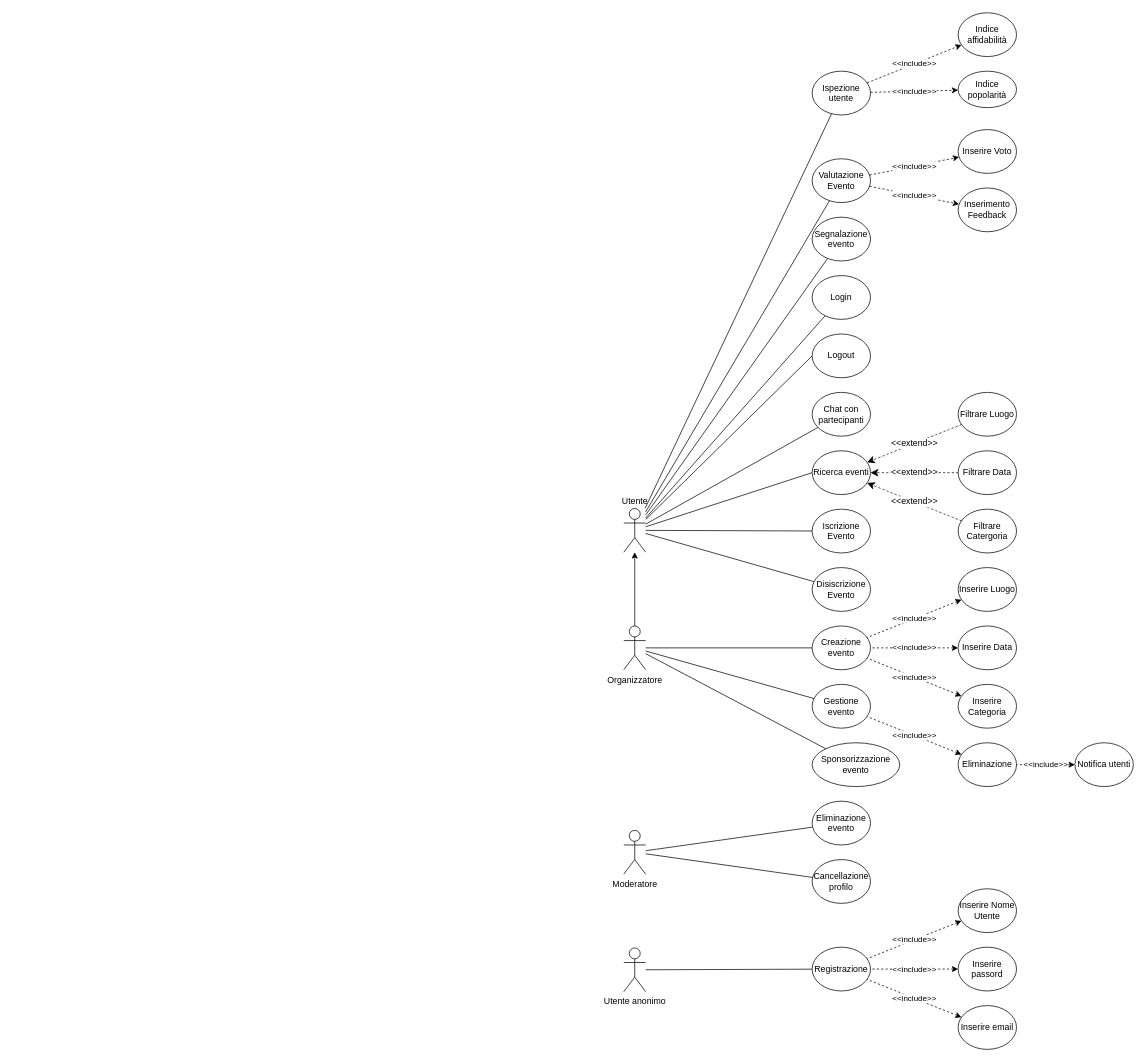
The draw.io diagram docs/use_case.drawio in SamueleFacenda/activitn, before the edit. Source tidied: cells renumbered, new cells numbered last; positions are measured from the earlier drawing's top-left corner, leaving out a move shared by most shapes. Both pictures are drawn from the tidied source at 73%, with x=0, y=0 at pixel (623, 12).
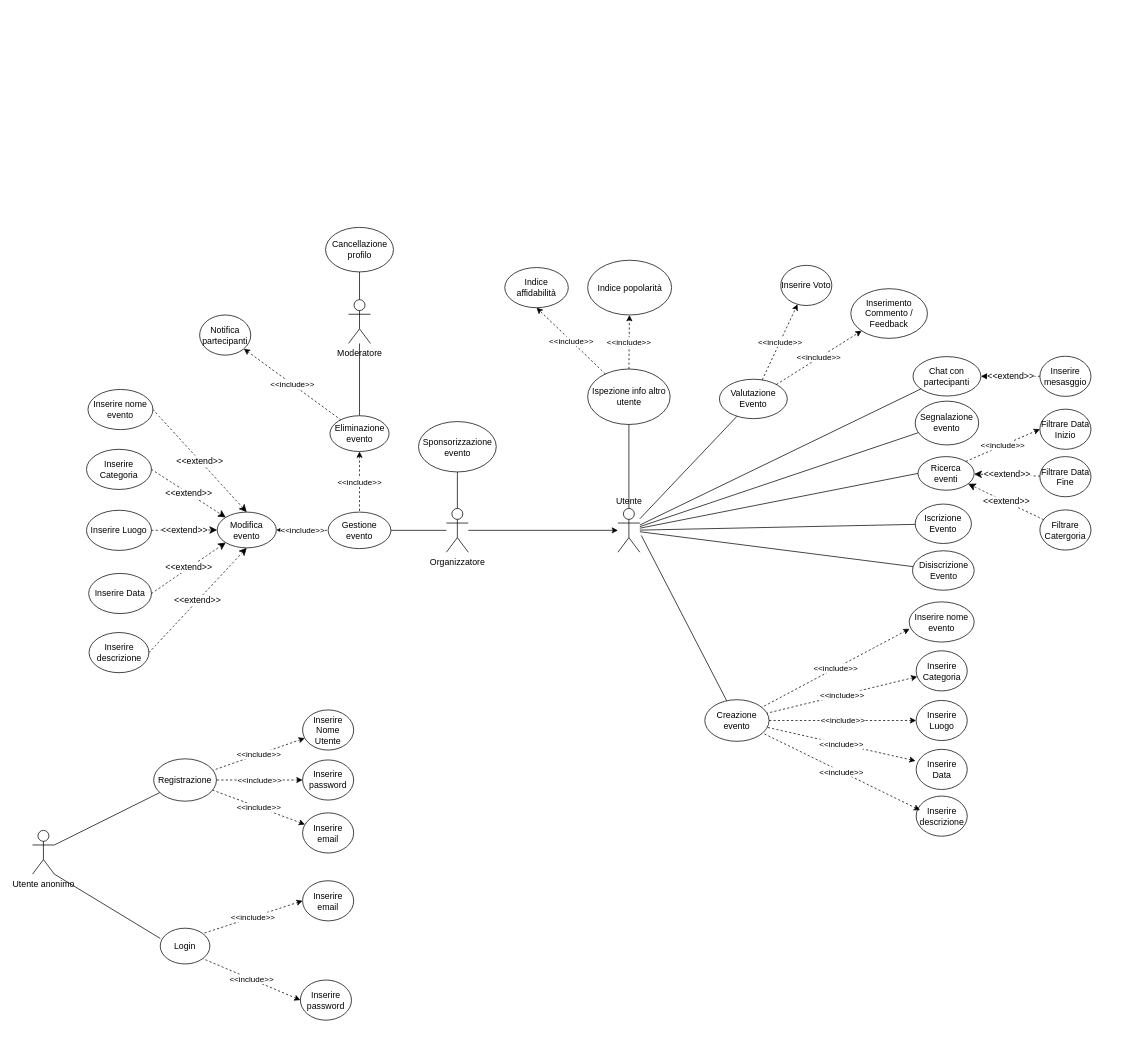
Above is the later version.

Commit message:
feat: update the use_case diagram

The edit, as a diff of the source:
```diff
@@
-    <mxCell id="4" style="rounded=0;jettySize=auto;html=1;endArrow=none;endFill=0;" parent="1" edge="1" source="9" target="22">
-      <mxGeometry relative="1" as="geometry" />
-    </mxCell>
@@
     <mxCell id="9" value="Utente" style="shape=umlActor;verticalLabelPosition=top;verticalAlign=bottom;html=1;outlineConnect=0;labelPosition=center;align=center;" parent="1" vertex="1">
-      <mxGeometry y="679" width="30" height="60" as="geometry" />
+      <mxGeometry x="-8" y="679" width="30" height="60" as="geometry" />
     </mxCell>
@@
-    <mxCell id="11" style="rounded=0;jettySize=auto;html=1;endArrow=none;endFill=0;" parent="1" edge="1" source="14" target="18">
-      <mxGeometry relative="1" as="geometry" />
+    <mxCell id="11" style="rounded=0;jettySize=auto;html=1;endArrow=none;endFill=0;" parent="1" edge="1" target="18">
+      <mxGeometry relative="1" as="geometry">
+        <mxPoint x="24" y="716" as="sourcePoint" />
+      </mxGeometry>
     </mxCell>
@@
     <mxCell id="14" value="Organizzatore" style="shape=umlActor;verticalLabelPosition=bottom;verticalAlign=top;html=1;outlineConnect=0;" parent="1" vertex="1">
-      <mxGeometry y="840" width="30" height="60" as="geometry" />
+      <mxGeometry x="-243" y="679" width="30" height="60" as="geometry" />
     </mxCell>
-    <mxCell id="15" style="rounded=0;jettySize=auto;html=1;endArrow=none;endFill=0;" parent="1" edge="1" source="17" target="26">
+    <mxCell id="15" style="rounded=0;jettySize=auto;html=1;endArrow=none;endFill=0;entryX=0.5;entryY=0;entryDx=0;entryDy=0;" parent="1" edge="1" source="17" target="34">
       <mxGeometry relative="1" as="geometry" />
     </mxCell>
@@
     <mxCell id="17" value="Moderatore" style="shape=umlActor;verticalLabelPosition=bottom;verticalAlign=top;html=1;outlineConnect=0;" parent="1" vertex="1">
-      <mxGeometry y="1120" width="30" height="60" as="geometry" />
+      <mxGeometry x="-377" y="393" width="30" height="60" as="geometry" />
     </mxCell>
     <mxCell id="18" value="Creazione evento" style="ellipse;whiteSpace=wrap;html=1;" parent="1" vertex="1">
-      <mxGeometry x="258" y="840" width="80" height="60" as="geometry" />
+      <mxGeometry x="111" y="941" width="88" height="57" as="geometry" />
     </mxCell>
     <mxCell id="19" value="Sponsorizzazione evento" style="ellipse;whiteSpace=wrap;html=1;" parent="1" vertex="1">
-      <mxGeometry x="258" y="1000" width="120" height="60" as="geometry" />
+      <mxGeometry x="-281.2" y="560" width="106.5" height="69" as="geometry" />
     </mxCell>
-    <mxCell id="20" value="&amp;lt;&amp;lt;extend&amp;gt;&amp;gt;" style="edgeStyle=none;curved=1;rounded=0;jettySize=auto;html=1;fontSize=12;startSize=8;endSize=8;dashed=1;" parent="1" edge="1" source="29" target="21">
-      <mxGeometry relative="1" as="geometry" />
-    </mxCell>
     <mxCell id="21" value="Ricerca eventi" style="ellipse;whiteSpace=wrap;html=1;" parent="1" vertex="1">
-      <mxGeometry x="258" y="600" width="80" height="60" as="geometry" />
+      <mxGeometry x="403" y="608" width="77" height="46" as="geometry" />
     </mxCell>
     <mxCell id="22" value="Login" style="ellipse;whiteSpace=wrap;html=1;" parent="1" vertex="1">
-      <mxGeometry x="258" y="360" width="80" height="60" as="geometry" />
+      <mxGeometry x="-635" y="1254" width="68" height="49" as="geometry" />
     </mxCell>
     <mxCell id="23" value="Iscrizione Evento" style="ellipse;whiteSpace=wrap;html=1;" parent="1" vertex="1">
-      <mxGeometry x="258" y="680" width="80" height="60" as="geometry" />
+      <mxGeometry x="399.2" y="673" width="77" height="54" as="geometry" />
     </mxCell>
     <mxCell id="24" value="Disiscrizione Evento" style="ellipse;whiteSpace=wrap;html=1;" parent="1" vertex="1">
-      <mxGeometry x="258" y="760" width="80" height="60" as="geometry" />
+      <mxGeometry x="395.5" y="737" width="84.5" height="54" as="geometry" />
     </mxCell>
     <mxCell id="25" value="Cancellazione profilo" style="ellipse;whiteSpace=wrap;html=1;" parent="1" vertex="1">
-      <mxGeometry x="258" y="1160" width="80" height="60" as="geometry" />
+      <mxGeometry x="-408.5" y="294" width="93" height="61" as="geometry" />
     </mxCell>
-    <mxCell id="26" value="Eliminazione evento" style="ellipse;whiteSpace=wrap;html=1;" parent="1" vertex="1">
-      <mxGeometry x="258" y="1080" width="80" height="60" as="geometry" />
-    </mxCell>
     <mxCell id="27" value="Filtrare Catergoria" style="ellipse;whiteSpace=wrap;html=1;" parent="1" vertex="1">
-      <mxGeometry x="458" y="680" width="80" height="60" as="geometry" />
+      <mxGeometry x="570" y="681" width="70" height="55" as="geometry" />
     </mxCell>
-    <mxCell id="28" value="Filtrare Data" style="ellipse;whiteSpace=wrap;html=1;" parent="1" vertex="1">
-      <mxGeometry x="458" y="600" width="80" height="60" as="geometry" />
+    <mxCell id="28" value="Filtrare Data Fine" style="ellipse;whiteSpace=wrap;html=1;" parent="1" vertex="1">
+      <mxGeometry x="570" y="608" width="70" height="55" as="geometry" />
     </mxCell>
-    <mxCell id="29" value="&lt;div&gt;Filtrare Luogo&lt;/div&gt;" style="ellipse;whiteSpace=wrap;html=1;" parent="1" vertex="1">
-      <mxGeometry x="458" y="520" width="80" height="60" as="geometry" />
+    <mxCell id="29" value="&lt;div&gt;Filtrare Data Inizio&lt;/div&gt;" style="ellipse;whiteSpace=wrap;html=1;" parent="1" vertex="1">
+      <mxGeometry x="570" y="543" width="70" height="55" as="geometry" />
     </mxCell>
     <mxCell id="30" value="Segnalazione evento" style="ellipse;whiteSpace=wrap;html=1;" parent="1" vertex="1">
-      <mxGeometry x="258" y="280" width="80" height="60" as="geometry" />
+      <mxGeometry x="399.2" y="532" width="87" height="60" as="geometry" />
     </mxCell>
@@
     <mxCell id="33" value="Gestione evento" style="ellipse;whiteSpace=wrap;html=1;" parent="1" vertex="1">
-      <mxGeometry x="258" y="920" width="80" height="60" as="geometry" />
+      <mxGeometry x="-405" y="684" width="86" height="50" as="geometry" />
     </mxCell>
-    <mxCell id="34" value="Eliminazione" style="ellipse;whiteSpace=wrap;html=1;" parent="1" vertex="1">
-      <mxGeometry x="458" y="1000" width="80" height="60" as="geometry" />
+    <mxCell id="34" value="Eliminazione evento" style="ellipse;whiteSpace=wrap;html=1;" parent="1" vertex="1">
+      <mxGeometry x="-402.5" y="552" width="81" height="49" as="geometry" />
     </mxCell>
@@
     <mxCell id="36" value="Chat con partecipanti" style="ellipse;whiteSpace=wrap;html=1;" parent="1" vertex="1">
-      <mxGeometry x="258" y="520" width="80" height="60" as="geometry" />
+      <mxGeometry x="396.2" y="471" width="93" height="54" as="geometry" />
     </mxCell>
     <mxCell id="37" value="Valutazione Evento" style="ellipse;whiteSpace=wrap;html=1;" parent="1" vertex="1">
-      <mxGeometry x="258" y="200" width="80" height="60" as="geometry" />
+      <mxGeometry x="131" y="502" width="93" height="54" as="geometry" />
     </mxCell>
     <mxCell id="38" value="Inserire Categoria" style="ellipse;whiteSpace=wrap;html=1;" parent="1" vertex="1">
-      <mxGeometry x="458" y="920" width="80" height="60" as="geometry" />
+      <mxGeometry x="400.5" y="874" width="70" height="55" as="geometry" />
     </mxCell>
     <mxCell id="39" value="Inserire Luogo" style="ellipse;whiteSpace=wrap;html=1;" parent="1" vertex="1">
-      <mxGeometry x="458" y="760" width="80" height="60" as="geometry" />
+      <mxGeometry x="400.5" y="942" width="70" height="55" as="geometry" />
     </mxCell>
     <mxCell id="40" value="Inserire Data" style="ellipse;whiteSpace=wrap;html=1;" parent="1" vertex="1">
-      <mxGeometry x="458" y="840" width="80" height="60" as="geometry" />
+      <mxGeometry x="400.5" y="1009" width="70" height="55" as="geometry" />
     </mxCell>
@@
     <mxCell id="42" value="&lt;div&gt;Inserire Voto&lt;/div&gt;" style="ellipse;whiteSpace=wrap;html=1;" parent="1" vertex="1">
-      <mxGeometry x="458" y="160" width="80" height="60" as="geometry" />
+      <mxGeometry x="215" y="346" width="70" height="55" as="geometry" />
     </mxCell>
-    <mxCell id="43" style="rounded=0;jettySize=auto;html=1;endArrow=none;endFill=0;" parent="1" edge="1" source="44" target="45">
+    <mxCell id="43" style="rounded=0;jettySize=auto;html=1;endArrow=none;endFill=0;exitX=1;exitY=0.3333333333333333;exitDx=0;exitDy=0;exitPerimeter=0;" parent="1" edge="1" source="44" target="45">
       <mxGeometry relative="1" as="geometry" />
     </mxCell>
     <mxCell id="44" value="Utente anonimo" style="shape=umlActor;verticalLabelPosition=bottom;verticalAlign=top;html=1;outlineConnect=0;" parent="1" vertex="1">
-      <mxGeometry y="1281" width="30" height="60" as="geometry" />
+      <mxGeometry x="-810" y="1120" width="30" height="60" as="geometry" />
     </mxCell>
     <mxCell id="45" value="Registrazione" style="ellipse;whiteSpace=wrap;html=1;" parent="1" vertex="1">
-      <mxGeometry x="258" y="1280" width="80" height="60" as="geometry" />
+      <mxGeometry x="-644" y="1022" width="86" height="58" as="geometry" />
     </mxCell>
-    <mxCell id="46" value="Ispezione utente" style="ellipse;whiteSpace=wrap;html=1;" parent="1" vertex="1">
-      <mxGeometry x="258" y="80" width="80" height="60" as="geometry" />
+    <mxCell id="46" value="Ispezione info altro utente" style="ellipse;whiteSpace=wrap;html=1;" parent="1" vertex="1">
+      <mxGeometry x="-49.5" y="488" width="113" height="76" as="geometry" />
     </mxCell>
     <mxCell id="47" value="Indice affidabilità" style="ellipse;whiteSpace=wrap;html=1;" parent="1" vertex="1">
-      <mxGeometry x="458" width="80" height="60" as="geometry" />
+      <mxGeometry x="-163" y="349" width="87" height="55" as="geometry" />
     </mxCell>
     <mxCell id="48" value="Indice popolarità" style="ellipse;whiteSpace=wrap;html=1;" parent="1" vertex="1">
-      <mxGeometry x="458" y="80" width="80" height="50" as="geometry" />
+      <mxGeometry x="-49.5" y="339" width="115" height="75" as="geometry" />
     </mxCell>
@@
-    <mxCell id="50" value="&amp;lt;&amp;lt;include&amp;gt;&amp;gt;" style="rounded=0;jettySize=auto;html=1;endArrow=classic;endFill=1;dashed=1;" parent="1" edge="1" source="46" target="47">
+    <mxCell id="50" value="&amp;lt;&amp;lt;include&amp;gt;&amp;gt;" style="rounded=0;jettySize=auto;html=1;endArrow=classic;endFill=1;dashed=1;entryX=0.5;entryY=1;entryDx=0;entryDy=0;" parent="1" edge="1" source="46" target="47">
       <mxGeometry relative="1" as="geometry" />
     </mxCell>
@@
-    <mxCell id="52" value="Inserimento Feedback" style="ellipse;whiteSpace=wrap;html=1;" parent="1" vertex="1">
-      <mxGeometry x="458" y="240" width="80" height="60" as="geometry" />
+    <mxCell id="52" value="Inserimento Commento / Feedback" style="ellipse;whiteSpace=wrap;html=1;" parent="1" vertex="1">
+      <mxGeometry x="311" y="378" width="105" height="68" as="geometry" />
     </mxCell>
-    <mxCell id="53" value="&amp;lt;&amp;lt;include&amp;gt;&amp;gt;" style="rounded=0;jettySize=auto;html=1;startArrow=classic;startFill=1;endArrow=none;endFill=0;dashed=1;" parent="1" edge="1" source="40" target="18">
+    <mxCell id="53" value="&amp;lt;&amp;lt;include&amp;gt;&amp;gt;" style="rounded=0;jettySize=auto;html=1;startArrow=classic;startFill=1;endArrow=none;endFill=0;dashed=1;exitX=-0.013;exitY=0.287;exitDx=0;exitDy=0;exitPerimeter=0;" parent="1" edge="1" source="40" target="18">
       <mxGeometry relative="1" as="geometry" />
     </mxCell>
@@
     <mxCell id="57" value="&lt;div&gt;Inserire Nome Utente&lt;/div&gt;" style="ellipse;whiteSpace=wrap;html=1;" parent="1" vertex="1">
-      <mxGeometry x="458" y="1200" width="80" height="60" as="geometry" />
+      <mxGeometry x="-440" y="955" width="70" height="55" as="geometry" />
     </mxCell>
@@
-    <mxCell id="59" value="Inserire passord" style="ellipse;whiteSpace=wrap;html=1;" parent="1" vertex="1">
-      <mxGeometry x="458" y="1280" width="80" height="60" as="geometry" />
+    <mxCell id="59" value="Inserire password" style="ellipse;whiteSpace=wrap;html=1;" parent="1" vertex="1">
+      <mxGeometry x="-440" y="1023.5" width="70" height="55" as="geometry" />
     </mxCell>
@@
     <mxCell id="61" value="Inserire email" style="ellipse;whiteSpace=wrap;html=1;" parent="1" vertex="1">
-      <mxGeometry x="458" y="1360" width="80" height="60" as="geometry" />
+      <mxGeometry x="-440" y="1096" width="70" height="55" as="geometry" />
     </mxCell>
@@
-    <mxCell id="63" value="Notifica utenti" style="ellipse;whiteSpace=wrap;html=1;" parent="1" vertex="1">
-      <mxGeometry x="618" y="1000" width="80" height="60" as="geometry" />
+    <mxCell id="63" value="Notifica partecipanti" style="ellipse;whiteSpace=wrap;html=1;" parent="1" vertex="1">
+      <mxGeometry x="-581" y="414" width="70" height="55" as="geometry" />
     </mxCell>
@@
-    <mxCell id="65" style="rounded=0;jettySize=auto;html=1;exitX=0;exitY=0.5;exitDx=0;exitDy=0;endArrow=none;endFill=0;" parent="1" edge="1" source="66" target="9">
-      <mxGeometry relative="1" as="geometry" />
-    </mxCell>
-    <mxCell id="66" value="Logout" style="ellipse;whiteSpace=wrap;html=1;" parent="1" vertex="1">
-      <mxGeometry x="258" y="440" width="80" height="60" as="geometry" />
-    </mxCell>
+    <mxCell id="67" value="Modifica evento" style="ellipse;whiteSpace=wrap;html=1;" parent="1" vertex="1">
+      <mxGeometry x="-557" y="684" width="81" height="49" as="geometry" />
+    </mxCell>
+    <mxCell id="68" value="&amp;lt;&amp;lt;include&amp;gt;&amp;gt;" style="rounded=0;jettySize=auto;html=1;startArrow=classic;startFill=1;endArrow=none;endFill=0;dashed=1;exitX=1;exitY=0.5;exitDx=0;exitDy=0;entryX=0;entryY=0.5;entryDx=0;entryDy=0;" parent="1" edge="1" source="67" target="33">
+      <mxGeometry relative="1" as="geometry" />
+    </mxCell>
+    <mxCell id="69" value="Inserire descrizione" style="ellipse;whiteSpace=wrap;html=1;" parent="1" vertex="1">
+      <mxGeometry x="400.5" y="1073" width="70" height="55" as="geometry" />
+    </mxCell>
+    <mxCell id="70" value="Inserire nome evento" style="ellipse;whiteSpace=wrap;html=1;" parent="1" vertex="1">
+      <mxGeometry x="391" y="807" width="89" height="55" as="geometry" />
+    </mxCell>
+    <mxCell id="71" value="&amp;lt;&amp;lt;include&amp;gt;&amp;gt;" style="rounded=0;jettySize=auto;html=1;startArrow=classic;startFill=1;endArrow=none;endFill=0;dashed=1;exitX=0.076;exitY=0.351;exitDx=0;exitDy=0;exitPerimeter=0;" parent="1" edge="1" source="69" target="18">
+      <mxGeometry relative="1" as="geometry" />
+    </mxCell>
+    <mxCell id="72" value="&amp;lt;&amp;lt;include&amp;gt;&amp;gt;" style="rounded=0;jettySize=auto;html=1;startArrow=classic;startFill=1;endArrow=none;endFill=0;dashed=1;exitX=0.005;exitY=0.672;exitDx=0;exitDy=0;exitPerimeter=0;" parent="1" edge="1" source="70" target="18">
+      <mxGeometry relative="1" as="geometry" />
+    </mxCell>
+    <mxCell id="73" value="Inserire Categoria" style="ellipse;whiteSpace=wrap;html=1;" parent="1" vertex="1">
+      <mxGeometry x="-736" y="598" width="89" height="55" as="geometry" />
+    </mxCell>
+    <mxCell id="74" value="Inserire Luogo" style="ellipse;whiteSpace=wrap;html=1;" parent="1" vertex="1">
+      <mxGeometry x="-736" y="681.5" width="89" height="55" as="geometry" />
+    </mxCell>
+    <mxCell id="75" value="Inserire Data" style="ellipse;whiteSpace=wrap;html=1;" parent="1" vertex="1">
+      <mxGeometry x="-733" y="768" width="86" height="55" as="geometry" />
+    </mxCell>
+    <mxCell id="76" value="Inserire descrizione" style="ellipse;whiteSpace=wrap;html=1;" parent="1" vertex="1">
+      <mxGeometry x="-732.5" y="849" width="82" height="55" as="geometry" />
+    </mxCell>
+    <mxCell id="77" value="Inserire nome evento" style="ellipse;whiteSpace=wrap;html=1;" parent="1" vertex="1">
+      <mxGeometry x="-734" y="516" width="89" height="55" as="geometry" />
+    </mxCell>
+    <mxCell id="78" value="&amp;lt;&amp;lt;extend&amp;gt;&amp;gt;" style="edgeStyle=none;curved=1;rounded=0;jettySize=auto;html=1;fontSize=12;startSize=8;endSize=8;dashed=1;exitX=1;exitY=0.5;exitDx=0;exitDy=0;entryX=0.5;entryY=0;entryDx=0;entryDy=0;" parent="1" edge="1" source="77" target="67">
+      <mxGeometry relative="1" as="geometry" />
+    </mxCell>
+    <mxCell id="79" value="&amp;lt;&amp;lt;extend&amp;gt;&amp;gt;" style="edgeStyle=none;curved=1;rounded=0;jettySize=auto;html=1;fontSize=12;startSize=8;endSize=8;dashed=1;entryX=0;entryY=0;entryDx=0;entryDy=0;exitX=1;exitY=0.5;exitDx=0;exitDy=0;" parent="1" edge="1" source="73" target="67">
+      <mxGeometry relative="1" as="geometry" />
+    </mxCell>
+    <mxCell id="80" value="&amp;lt;&amp;lt;extend&amp;gt;&amp;gt;" style="edgeStyle=none;curved=1;rounded=0;jettySize=auto;html=1;fontSize=12;startSize=8;endSize=8;dashed=1;exitX=1;exitY=0.5;exitDx=0;exitDy=0;entryX=0;entryY=0.5;entryDx=0;entryDy=0;" parent="1" edge="1" source="74" target="67">
+      <mxGeometry relative="1" as="geometry" />
+    </mxCell>
+    <mxCell id="81" value="&amp;lt;&amp;lt;extend&amp;gt;&amp;gt;" style="edgeStyle=none;curved=1;rounded=0;jettySize=auto;html=1;fontSize=12;startSize=8;endSize=8;dashed=1;exitX=1;exitY=0.5;exitDx=0;exitDy=0;entryX=0.5;entryY=1;entryDx=0;entryDy=0;" parent="1" edge="1" source="76" target="67">
+      <mxGeometry relative="1" as="geometry" />
+    </mxCell>
+    <mxCell id="82" value="&amp;lt;&amp;lt;extend&amp;gt;&amp;gt;" style="edgeStyle=none;curved=1;rounded=0;jettySize=auto;html=1;fontSize=12;startSize=8;endSize=8;dashed=1;exitX=1;exitY=0.5;exitDx=0;exitDy=0;entryX=0;entryY=1;entryDx=0;entryDy=0;" parent="1" edge="1" source="75" target="67">
+      <mxGeometry relative="1" as="geometry" />
+    </mxCell>
+    <mxCell id="83" value="&lt;div&gt;Inserire mesasggio&lt;/div&gt;" style="ellipse;whiteSpace=wrap;html=1;" parent="1" vertex="1">
+      <mxGeometry x="570" y="470.5" width="70" height="55" as="geometry" />
+    </mxCell>
+    <mxCell id="84" value="&amp;lt;&amp;lt;extend&amp;gt;&amp;gt;" style="edgeStyle=none;curved=1;rounded=0;jettySize=auto;html=1;fontSize=12;startSize=8;endSize=8;dashed=1;exitX=0;exitY=0.5;exitDx=0;exitDy=0;entryX=1;entryY=0.5;entryDx=0;entryDy=0;" parent="1" edge="1" source="83" target="36">
+      <mxGeometry relative="1" as="geometry" />
+    </mxCell>
+    <mxCell id="85" value="Inserire email" style="ellipse;whiteSpace=wrap;html=1;" parent="1" vertex="1">
+      <mxGeometry x="-440" y="1189" width="70" height="55" as="geometry" />
+    </mxCell>
+    <mxCell id="86" value="Inserire password" style="ellipse;whiteSpace=wrap;html=1;" parent="1" vertex="1">
+      <mxGeometry x="-443" y="1325" width="70" height="55" as="geometry" />
+    </mxCell>
+    <mxCell id="87" value="&amp;lt;&amp;lt;include&amp;gt;&amp;gt;" style="rounded=0;jettySize=auto;html=1;startArrow=classic;startFill=1;endArrow=none;endFill=0;dashed=1;entryX=1;entryY=0;entryDx=0;entryDy=0;exitX=0;exitY=0.5;exitDx=0;exitDy=0;" parent="1" edge="1" source="85" target="22">
+      <mxGeometry relative="1" as="geometry" />
+    </mxCell>
+    <mxCell id="88" value="&amp;lt;&amp;lt;include&amp;gt;&amp;gt;" style="rounded=0;jettySize=auto;html=1;startArrow=classic;startFill=1;endArrow=none;endFill=0;dashed=1;entryX=1;entryY=1;entryDx=0;entryDy=0;exitX=0;exitY=0.5;exitDx=0;exitDy=0;" parent="1" edge="1" source="86" target="22">
+      <mxGeometry relative="1" as="geometry" />
+    </mxCell>
+    <mxCell id="89" value="&amp;lt;&amp;lt;include&amp;gt;&amp;gt;" style="rounded=0;jettySize=auto;html=1;dashed=1;exitX=1;exitY=0;exitDx=0;exitDy=0;entryX=0;entryY=0.5;entryDx=0;entryDy=0;" parent="1" edge="1" source="21" target="29">
+      <mxGeometry relative="1" as="geometry" />
+    </mxCell>
+    <mxCell id="90" style="rounded=0;jettySize=auto;html=1;endArrow=none;endFill=0;entryX=0;entryY=0.286;entryDx=0;entryDy=0;entryPerimeter=0;exitX=1;exitY=1;exitDx=0;exitDy=0;exitPerimeter=0;" parent="1" edge="1" source="44" target="22">
+      <mxGeometry relative="1" as="geometry" />
+    </mxCell>
```
